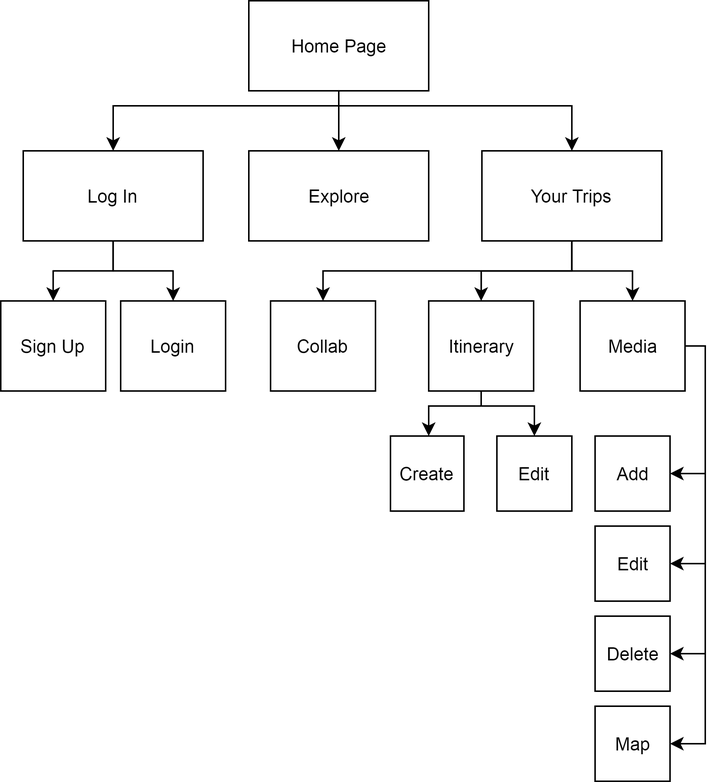
jesykaness/jesykaness.github.io keeps this draw.io diagram as images/twp/userflow_sitemap.png. Above is the earlier version. Source tidied: cells renumbered, new cells last; positions are measured from the earlier drawing's top-left corner, leaving out a move shared by most shapes. Its diagram source:
```xml
<mxGraphModel>
  <root>
    <mxCell id="0" />
    <mxCell id="1" parent="0" />
    <mxCell id="2" style="edgeStyle=orthogonalEdgeStyle;rounded=0;jettySize=auto;html=1;fillColor=none;" parent="1" edge="1" source="5" target="12">
      <mxGeometry relative="1" as="geometry" />
    </mxCell>
    <mxCell id="3" style="edgeStyle=orthogonalEdgeStyle;rounded=0;jettySize=auto;html=1;fillColor=none;" parent="1" edge="1" source="5" target="8">
      <mxGeometry relative="1" as="geometry">
        <Array as="points">
          <mxPoint x="226" y="70" />
          <mxPoint x="75" y="70" />
        </Array>
      </mxGeometry>
    </mxCell>
    <mxCell id="4" style="edgeStyle=orthogonalEdgeStyle;rounded=0;jettySize=auto;html=1;fillColor=none;" parent="1" edge="1" source="5" target="16">
      <mxGeometry relative="1" as="geometry">
        <Array as="points">
          <mxPoint x="226" y="70" />
          <mxPoint x="381" y="70" />
        </Array>
      </mxGeometry>
    </mxCell>
    <mxCell id="5" value="Home Page" style="rounded=0;whiteSpace=wrap;html=1;fillColor=none;" parent="1" vertex="1">
      <mxGeometry x="165.5" width="120" height="60" as="geometry" />
    </mxCell>
    <mxCell id="6" style="edgeStyle=orthogonalEdgeStyle;rounded=0;jettySize=auto;html=1;entryX=0.5;entryY=0;entryDx=0;entryDy=0;fillColor=none;" parent="1" edge="1" source="8" target="22">
      <mxGeometry relative="1" as="geometry" />
    </mxCell>
    <mxCell id="7" style="edgeStyle=orthogonalEdgeStyle;rounded=0;jettySize=auto;html=1;entryX=0.5;entryY=0;entryDx=0;entryDy=0;fillColor=none;" parent="1" edge="1" source="8" target="23">
      <mxGeometry relative="1" as="geometry" />
    </mxCell>
    <mxCell id="8" value="Log In" style="rounded=0;whiteSpace=wrap;html=1;fillColor=none;" parent="1" vertex="1">
      <mxGeometry x="15" y="100" width="120" height="60" as="geometry" />
    </mxCell>
    <mxCell id="9" style="edgeStyle=orthogonalEdgeStyle;rounded=0;jettySize=auto;html=1;fillColor=none;" parent="1" edge="1" source="11" target="24">
      <mxGeometry relative="1" as="geometry">
        <Array as="points">
          <mxPoint x="320.5" y="270" />
          <mxPoint x="285.5" y="270" />
        </Array>
      </mxGeometry>
    </mxCell>
    <mxCell id="10" style="edgeStyle=orthogonalEdgeStyle;rounded=0;jettySize=auto;html=1;entryX=0.5;entryY=0;entryDx=0;entryDy=0;fillColor=none;" parent="1" edge="1" source="11" target="25">
      <mxGeometry relative="1" as="geometry">
        <Array as="points">
          <mxPoint x="320.5" y="270" />
          <mxPoint x="355.5" y="270" />
          <mxPoint x="355.5" y="290" />
        </Array>
      </mxGeometry>
    </mxCell>
    <mxCell id="11" value="Itinerary" style="rounded=0;whiteSpace=wrap;html=1;fillColor=none;" parent="1" vertex="1">
      <mxGeometry x="285.5" y="200" width="70" height="60" as="geometry" />
    </mxCell>
    <mxCell id="12" value="Explore" style="rounded=0;whiteSpace=wrap;html=1;fillColor=none;" parent="1" vertex="1">
      <mxGeometry x="165.5" y="100" width="120" height="60" as="geometry" />
    </mxCell>
    <mxCell id="13" style="edgeStyle=orthogonalEdgeStyle;rounded=0;jettySize=auto;html=1;entryX=0.5;entryY=0;entryDx=0;entryDy=0;fillColor=none;" parent="1" edge="1" source="16" target="11">
      <mxGeometry relative="1" as="geometry">
        <Array as="points">
          <mxPoint x="381" y="180" />
          <mxPoint x="320" y="180" />
        </Array>
      </mxGeometry>
    </mxCell>
    <mxCell id="14" style="edgeStyle=orthogonalEdgeStyle;rounded=0;jettySize=auto;html=1;entryX=0.5;entryY=0;entryDx=0;entryDy=0;fillColor=none;" parent="1" edge="1" source="16" target="21">
      <mxGeometry relative="1" as="geometry" />
    </mxCell>
    <mxCell id="15" style="edgeStyle=orthogonalEdgeStyle;rounded=0;jettySize=auto;html=1;fillColor=none;" parent="1" edge="1" source="16" target="30">
      <mxGeometry relative="1" as="geometry">
        <Array as="points">
          <mxPoint x="381" y="180" />
          <mxPoint x="215" y="180" />
        </Array>
      </mxGeometry>
    </mxCell>
    <mxCell id="16" value="Your Trips" style="rounded=0;whiteSpace=wrap;html=1;fillColor=none;" parent="1" vertex="1">
      <mxGeometry x="321" y="100" width="120" height="60" as="geometry" />
    </mxCell>
    <mxCell id="17" style="edgeStyle=orthogonalEdgeStyle;rounded=0;jettySize=auto;html=1;entryX=1;entryY=0.5;entryDx=0;entryDy=0;exitX=1;exitY=0.5;exitDx=0;exitDy=0;fillColor=none;" parent="1" edge="1" source="21" target="28">
      <mxGeometry relative="1" as="geometry">
        <Array as="points">
          <mxPoint x="470" y="230" />
          <mxPoint x="470" y="315" />
        </Array>
      </mxGeometry>
    </mxCell>
    <mxCell id="18" style="edgeStyle=orthogonalEdgeStyle;rounded=0;jettySize=auto;html=1;entryX=1;entryY=0.5;entryDx=0;entryDy=0;exitX=1;exitY=0.5;exitDx=0;exitDy=0;fillColor=none;" parent="1" edge="1" source="21" target="27">
      <mxGeometry relative="1" as="geometry">
        <Array as="points">
          <mxPoint x="470" y="230" />
          <mxPoint x="470" y="375" />
        </Array>
      </mxGeometry>
    </mxCell>
    <mxCell id="19" style="edgeStyle=orthogonalEdgeStyle;rounded=0;jettySize=auto;html=1;entryX=1;entryY=0.5;entryDx=0;entryDy=0;fillColor=none;" parent="1" edge="1" source="21" target="26">
      <mxGeometry relative="1" as="geometry">
        <Array as="points">
          <mxPoint x="470" y="230" />
          <mxPoint x="470" y="435" />
        </Array>
      </mxGeometry>
    </mxCell>
    <mxCell id="20" style="edgeStyle=orthogonalEdgeStyle;rounded=0;jettySize=auto;html=1;entryX=1;entryY=0.5;entryDx=0;entryDy=0;fillColor=none;" parent="1" edge="1" source="21" target="29">
      <mxGeometry relative="1" as="geometry">
        <Array as="points">
          <mxPoint x="470" y="230" />
          <mxPoint x="470" y="495" />
        </Array>
      </mxGeometry>
    </mxCell>
    <mxCell id="21" value="Media" style="rounded=0;whiteSpace=wrap;html=1;fillColor=none;" parent="1" vertex="1">
      <mxGeometry x="386.5" y="200" width="70" height="60" as="geometry" />
    </mxCell>
    <mxCell id="22" value="Sign Up" style="rounded=0;whiteSpace=wrap;html=1;fillColor=none;" parent="1" vertex="1">
      <mxGeometry y="200" width="70" height="60" as="geometry" />
    </mxCell>
    <mxCell id="23" value="Login" style="rounded=0;whiteSpace=wrap;html=1;fillColor=none;" parent="1" vertex="1">
      <mxGeometry x="80" y="200" width="70" height="60" as="geometry" />
    </mxCell>
    <mxCell id="24" value="Create" style="rounded=0;whiteSpace=wrap;html=1;fillColor=none;" parent="1" vertex="1">
      <mxGeometry x="260" y="290" width="49" height="50" as="geometry" />
    </mxCell>
    <mxCell id="25" value="Edit" style="rounded=0;whiteSpace=wrap;html=1;fillColor=none;" parent="1" vertex="1">
      <mxGeometry x="331" y="290" width="50" height="50" as="geometry" />
    </mxCell>
    <mxCell id="26" value="Delete" style="rounded=0;whiteSpace=wrap;html=1;fillColor=none;" parent="1" vertex="1">
      <mxGeometry x="396.5" y="410" width="50" height="50" as="geometry" />
    </mxCell>
    <mxCell id="27" value="Edit" style="rounded=0;whiteSpace=wrap;html=1;fillColor=none;" parent="1" vertex="1">
      <mxGeometry x="396.5" y="350" width="50" height="50" as="geometry" />
    </mxCell>
    <mxCell id="28" value="Add" style="rounded=0;whiteSpace=wrap;html=1;fillColor=none;" parent="1" vertex="1">
      <mxGeometry x="396.5" y="290" width="50" height="50" as="geometry" />
    </mxCell>
    <mxCell id="29" value="Map" style="rounded=0;whiteSpace=wrap;html=1;fillColor=none;" parent="1" vertex="1">
      <mxGeometry x="396.5" y="470" width="50" height="50" as="geometry" />
    </mxCell>
    <mxCell id="30" value="Collab" style="rounded=0;whiteSpace=wrap;html=1;fillColor=none;" parent="1" vertex="1">
      <mxGeometry x="180" y="200" width="70" height="60" as="geometry" />
    </mxCell>
  </root>
</mxGraphModel>
```
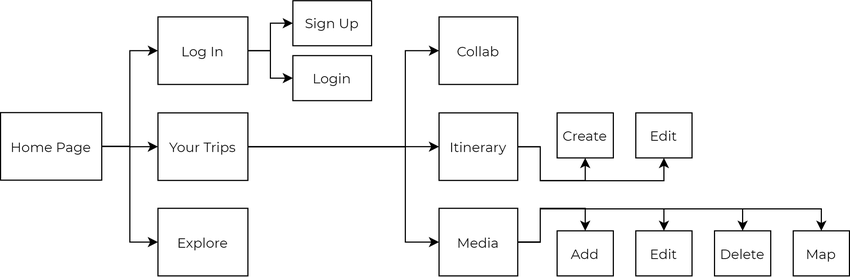
The same diagram one commit later.

Diff of the diagram source:
```diff
@@ -2,143 +2,126 @@
   <root>
     <mxCell id="0" />
     <mxCell id="1" parent="0" />
+    <mxCell id="4" style="edgeStyle=orthogonalEdgeStyle;rounded=0;jettySize=auto;html=1;entryX=0;entryY=0.5;entryDx=0;entryDy=0;fontFamily=Montserrat;" parent="1" edge="1" source="5" target="16">
+      <mxGeometry relative="1" as="geometry" />
+    </mxCell>
+    <mxCell id="3" style="edgeStyle=orthogonalEdgeStyle;rounded=0;jettySize=auto;html=1;entryX=0;entryY=0.5;entryDx=0;entryDy=0;fontFamily=Montserrat;" parent="1" edge="1" source="5" target="8">
+      <mxGeometry relative="1" as="geometry" />
+    </mxCell>
-    <mxCell id="2" style="edgeStyle=orthogonalEdgeStyle;rounded=0;jettySize=auto;html=1;fillColor=none;" parent="1" edge="1" source="5" target="12">
+    <mxCell id="2" style="edgeStyle=orthogonalEdgeStyle;rounded=0;jettySize=auto;html=1;entryX=0;entryY=0.5;entryDx=0;entryDy=0;fontFamily=Montserrat;" parent="1" edge="1" source="5" target="12">
       <mxGeometry relative="1" as="geometry" />
     </mxCell>
-    <mxCell id="3" style="edgeStyle=orthogonalEdgeStyle;rounded=0;jettySize=auto;html=1;fillColor=none;" parent="1" edge="1" source="5" target="8">
-      <mxGeometry relative="1" as="geometry">
-        <Array as="points">
-          <mxPoint x="226" y="70" />
-          <mxPoint x="75" y="70" />
-        </Array>
-      </mxGeometry>
-    </mxCell>
-    <mxCell id="4" style="edgeStyle=orthogonalEdgeStyle;rounded=0;jettySize=auto;html=1;fillColor=none;" parent="1" edge="1" source="5" target="16">
-      <mxGeometry relative="1" as="geometry">
-        <Array as="points">
-          <mxPoint x="226" y="70" />
-          <mxPoint x="381" y="70" />
-        </Array>
-      </mxGeometry>
-    </mxCell>
-    <mxCell id="5" value="Home Page" style="rounded=0;whiteSpace=wrap;html=1;fillColor=none;" parent="1" vertex="1">
-      <mxGeometry x="165.5" width="120" height="60" as="geometry" />
+    <mxCell id="5" value="Home Page" style="rounded=0;whiteSpace=wrap;html=1;fillColor=none;fontFamily=Montserrat;" parent="1" vertex="1">
+      <mxGeometry x="-25" y="102.5" width="90" height="60" as="geometry" />
     </mxCell>
-    <mxCell id="6" style="edgeStyle=orthogonalEdgeStyle;rounded=0;jettySize=auto;html=1;entryX=0.5;entryY=0;entryDx=0;entryDy=0;fillColor=none;" parent="1" edge="1" source="8" target="22">
+    <mxCell id="6" style="edgeStyle=orthogonalEdgeStyle;rounded=0;jettySize=auto;html=1;entryX=0;entryY=0.5;entryDx=0;entryDy=0;fontFamily=Montserrat;" parent="1" edge="1" source="8" target="22">
       <mxGeometry relative="1" as="geometry" />
     </mxCell>
-    <mxCell id="7" style="edgeStyle=orthogonalEdgeStyle;rounded=0;jettySize=auto;html=1;entryX=0.5;entryY=0;entryDx=0;entryDy=0;fillColor=none;" parent="1" edge="1" source="8" target="23">
+    <mxCell id="7" style="edgeStyle=orthogonalEdgeStyle;rounded=0;jettySize=auto;html=1;entryX=0;entryY=0.5;entryDx=0;entryDy=0;fontFamily=Montserrat;" parent="1" edge="1" source="8" target="23">
       <mxGeometry relative="1" as="geometry" />
     </mxCell>
-    <mxCell id="8" value="Log In" style="rounded=0;whiteSpace=wrap;html=1;fillColor=none;" parent="1" vertex="1">
-      <mxGeometry x="15" y="100" width="120" height="60" as="geometry" />
+    <mxCell id="8" value="Log In" style="rounded=0;whiteSpace=wrap;html=1;fillColor=none;fontFamily=Montserrat;" parent="1" vertex="1">
+      <mxGeometry x="115" y="17.5" width="80" height="60" as="geometry" />
     </mxCell>
-    <mxCell id="9" style="edgeStyle=orthogonalEdgeStyle;rounded=0;jettySize=auto;html=1;fillColor=none;" parent="1" edge="1" source="11" target="24">
-      <mxGeometry relative="1" as="geometry">
-        <Array as="points">
-          <mxPoint x="320.5" y="270" />
-          <mxPoint x="285.5" y="270" />
-        </Array>
-      </mxGeometry>
+    <mxCell id="9" style="edgeStyle=orthogonalEdgeStyle;rounded=0;jettySize=auto;html=1;entryX=0.5;entryY=1;entryDx=0;entryDy=0;fontFamily=Montserrat;" parent="1" edge="1" source="11" target="24">
+      <mxGeometry relative="1" as="geometry" />
     </mxCell>
-    <mxCell id="10" style="edgeStyle=orthogonalEdgeStyle;rounded=0;jettySize=auto;html=1;entryX=0.5;entryY=0;entryDx=0;entryDy=0;fillColor=none;" parent="1" edge="1" source="11" target="25">
+    <mxCell id="10" style="edgeStyle=orthogonalEdgeStyle;rounded=0;jettySize=auto;html=1;entryX=0.5;entryY=1;entryDx=0;entryDy=0;fontFamily=Montserrat;" parent="1" edge="1" source="11" target="25">
       <mxGeometry relative="1" as="geometry">
         <Array as="points">
-          <mxPoint x="320.5" y="270" />
-          <mxPoint x="355.5" y="270" />
-          <mxPoint x="355.5" y="290" />
+          <mxPoint x="455" y="133" />
+          <mxPoint x="455" y="163" />
+          <mxPoint x="565" y="163" />
         </Array>
       </mxGeometry>
     </mxCell>
-    <mxCell id="11" value="Itinerary" style="rounded=0;whiteSpace=wrap;html=1;fillColor=none;" parent="1" vertex="1">
-      <mxGeometry x="285.5" y="200" width="70" height="60" as="geometry" />
+    <mxCell id="11" value="Itinerary" style="rounded=0;whiteSpace=wrap;html=1;fillColor=none;fontFamily=Montserrat;" parent="1" vertex="1">
+      <mxGeometry x="365" y="102.8" width="70" height="60" as="geometry" />
     </mxCell>
-    <mxCell id="12" value="Explore" style="rounded=0;whiteSpace=wrap;html=1;fillColor=none;" parent="1" vertex="1">
-      <mxGeometry x="165.5" y="100" width="120" height="60" as="geometry" />
+    <mxCell id="12" value="Explore" style="rounded=0;whiteSpace=wrap;html=1;fillColor=none;fontFamily=Montserrat;" parent="1" vertex="1">
+      <mxGeometry x="115" y="187.5" width="80" height="60" as="geometry" />
     </mxCell>
-    <mxCell id="13" style="edgeStyle=orthogonalEdgeStyle;rounded=0;jettySize=auto;html=1;entryX=0.5;entryY=0;entryDx=0;entryDy=0;fillColor=none;" parent="1" edge="1" source="16" target="11">
-      <mxGeometry relative="1" as="geometry">
-        <Array as="points">
-          <mxPoint x="381" y="180" />
-          <mxPoint x="320" y="180" />
-        </Array>
-      </mxGeometry>
+    <mxCell id="13" style="edgeStyle=orthogonalEdgeStyle;rounded=0;jettySize=auto;html=1;entryX=0;entryY=0.5;entryDx=0;entryDy=0;fontFamily=Montserrat;" parent="1" edge="1" source="16" target="11">
+      <mxGeometry relative="1" as="geometry" />
     </mxCell>
+    <mxCell id="15" style="edgeStyle=orthogonalEdgeStyle;rounded=0;jettySize=auto;html=1;entryX=0;entryY=0.5;entryDx=0;entryDy=0;fontFamily=Montserrat;" parent="1" edge="1" source="16" target="30">
+      <mxGeometry relative="1" as="geometry">
+        <Array as="points">
+          <mxPoint x="335" y="133" />
+          <mxPoint x="335" y="48" />
+        </Array>
+      </mxGeometry>
+    </mxCell>
-    <mxCell id="14" style="edgeStyle=orthogonalEdgeStyle;rounded=0;jettySize=auto;html=1;entryX=0.5;entryY=0;entryDx=0;entryDy=0;fillColor=none;" parent="1" edge="1" source="16" target="21">
-      <mxGeometry relative="1" as="geometry" />
+    <mxCell id="14" style="edgeStyle=orthogonalEdgeStyle;rounded=0;jettySize=auto;html=1;entryX=0;entryY=0.5;entryDx=0;entryDy=0;fontFamily=Montserrat;" parent="1" edge="1" source="16" target="21">
+      <mxGeometry relative="1" as="geometry">
+        <Array as="points">
+          <mxPoint x="335" y="133" />
+          <mxPoint x="335" y="218" />
+        </Array>
+      </mxGeometry>
     </mxCell>
-    <mxCell id="15" style="edgeStyle=orthogonalEdgeStyle;rounded=0;jettySize=auto;html=1;fillColor=none;" parent="1" edge="1" source="16" target="30">
-      <mxGeometry relative="1" as="geometry">
-        <Array as="points">
-          <mxPoint x="381" y="180" />
-          <mxPoint x="215" y="180" />
-        </Array>
-      </mxGeometry>
-    </mxCell>
-    <mxCell id="16" value="Your Trips" style="rounded=0;whiteSpace=wrap;html=1;fillColor=none;" parent="1" vertex="1">
-      <mxGeometry x="321" y="100" width="120" height="60" as="geometry" />
+    <mxCell id="16" value="Your Trips" style="rounded=0;whiteSpace=wrap;html=1;fillColor=none;fontFamily=Montserrat;" parent="1" vertex="1">
+      <mxGeometry x="115" y="102.8" width="80" height="60" as="geometry" />
     </mxCell>
-    <mxCell id="17" style="edgeStyle=orthogonalEdgeStyle;rounded=0;jettySize=auto;html=1;entryX=1;entryY=0.5;entryDx=0;entryDy=0;exitX=1;exitY=0.5;exitDx=0;exitDy=0;fillColor=none;" parent="1" edge="1" source="21" target="28">
-      <mxGeometry relative="1" as="geometry">
-        <Array as="points">
-          <mxPoint x="470" y="230" />
-          <mxPoint x="470" y="315" />
-        </Array>
-      </mxGeometry>
+    <mxCell id="17" style="edgeStyle=orthogonalEdgeStyle;rounded=0;jettySize=auto;html=1;entryX=0.5;entryY=0;entryDx=0;entryDy=0;fontFamily=Montserrat;" parent="1" edge="1" source="21" target="28">
+      <mxGeometry relative="1" as="geometry" />
     </mxCell>
-    <mxCell id="18" style="edgeStyle=orthogonalEdgeStyle;rounded=0;jettySize=auto;html=1;entryX=1;entryY=0.5;entryDx=0;entryDy=0;exitX=1;exitY=0.5;exitDx=0;exitDy=0;fillColor=none;" parent="1" edge="1" source="21" target="27">
+    <mxCell id="18" style="edgeStyle=orthogonalEdgeStyle;rounded=0;jettySize=auto;html=1;entryX=0.5;entryY=0;entryDx=0;entryDy=0;fontFamily=Montserrat;" parent="1" edge="1" source="21" target="27">
       <mxGeometry relative="1" as="geometry">
         <Array as="points">
-          <mxPoint x="470" y="230" />
-          <mxPoint x="470" y="375" />
+          <mxPoint x="455" y="218" />
+          <mxPoint x="455" y="188" />
+          <mxPoint x="565" y="188" />
         </Array>
       </mxGeometry>
     </mxCell>
-    <mxCell id="19" style="edgeStyle=orthogonalEdgeStyle;rounded=0;jettySize=auto;html=1;entryX=1;entryY=0.5;entryDx=0;entryDy=0;fillColor=none;" parent="1" edge="1" source="21" target="26">
+    <mxCell id="19" style="edgeStyle=orthogonalEdgeStyle;rounded=0;jettySize=auto;html=1;entryX=0.5;entryY=0;entryDx=0;entryDy=0;fontFamily=Montserrat;" parent="1" edge="1" source="21" target="26">
       <mxGeometry relative="1" as="geometry">
         <Array as="points">
-          <mxPoint x="470" y="230" />
-          <mxPoint x="470" y="435" />
+          <mxPoint x="455" y="218" />
+          <mxPoint x="455" y="188" />
+          <mxPoint x="635" y="188" />
         </Array>
       </mxGeometry>
     </mxCell>
-    <mxCell id="20" style="edgeStyle=orthogonalEdgeStyle;rounded=0;jettySize=auto;html=1;entryX=1;entryY=0.5;entryDx=0;entryDy=0;fillColor=none;" parent="1" edge="1" source="21" target="29">
+    <mxCell id="20" style="edgeStyle=orthogonalEdgeStyle;rounded=0;jettySize=auto;html=1;entryX=0.5;entryY=0;entryDx=0;entryDy=0;fontFamily=Montserrat;" parent="1" edge="1" source="21" target="29">
       <mxGeometry relative="1" as="geometry">
         <Array as="points">
-          <mxPoint x="470" y="230" />
-          <mxPoint x="470" y="495" />
+          <mxPoint x="455" y="218" />
+          <mxPoint x="455" y="188" />
+          <mxPoint x="705" y="188" />
         </Array>
       </mxGeometry>
     </mxCell>
-    <mxCell id="21" value="Media" style="rounded=0;whiteSpace=wrap;html=1;fillColor=none;" parent="1" vertex="1">
-      <mxGeometry x="386.5" y="200" width="70" height="60" as="geometry" />
+    <mxCell id="21" value="Media" style="rounded=0;whiteSpace=wrap;html=1;fillColor=none;fontFamily=Montserrat;" parent="1" vertex="1">
+      <mxGeometry x="365" y="187.5" width="70" height="60" as="geometry" />
     </mxCell>
-    <mxCell id="22" value="Sign Up" style="rounded=0;whiteSpace=wrap;html=1;fillColor=none;" parent="1" vertex="1">
-      <mxGeometry y="200" width="70" height="60" as="geometry" />
+    <mxCell id="22" value="Sign Up" style="rounded=0;whiteSpace=wrap;html=1;fillColor=none;fontFamily=Montserrat;" parent="1" vertex="1">
+      <mxGeometry x="235" y="3.1" width="70" height="40" as="geometry" />
     </mxCell>
-    <mxCell id="23" value="Login" style="rounded=0;whiteSpace=wrap;html=1;fillColor=none;" parent="1" vertex="1">
-      <mxGeometry x="80" y="200" width="70" height="60" as="geometry" />
+    <mxCell id="23" value="Login" style="rounded=0;whiteSpace=wrap;html=1;fillColor=none;fontFamily=Montserrat;" parent="1" vertex="1">
+      <mxGeometry x="235" y="51.9" width="70" height="40" as="geometry" />
     </mxCell>
-    <mxCell id="24" value="Create" style="rounded=0;whiteSpace=wrap;html=1;fillColor=none;" parent="1" vertex="1">
-      <mxGeometry x="260" y="290" width="49" height="50" as="geometry" />
+    <mxCell id="24" value="Create" style="rounded=0;whiteSpace=wrap;html=1;fillColor=none;fontFamily=Montserrat;" parent="1" vertex="1">
+      <mxGeometry x="470" y="102.8" width="50" height="40" as="geometry" />
     </mxCell>
-    <mxCell id="25" value="Edit" style="rounded=0;whiteSpace=wrap;html=1;fillColor=none;" parent="1" vertex="1">
-      <mxGeometry x="331" y="290" width="50" height="50" as="geometry" />
+    <mxCell id="25" value="Edit" style="rounded=0;whiteSpace=wrap;html=1;fillColor=none;fontFamily=Montserrat;" parent="1" vertex="1">
+      <mxGeometry x="540" y="102.8" width="50" height="40" as="geometry" />
     </mxCell>
-    <mxCell id="26" value="Delete" style="rounded=0;whiteSpace=wrap;html=1;fillColor=none;" parent="1" vertex="1">
-      <mxGeometry x="396.5" y="410" width="50" height="50" as="geometry" />
+    <mxCell id="26" value="Delete" style="rounded=0;whiteSpace=wrap;html=1;fillColor=none;fontFamily=Montserrat;" parent="1" vertex="1">
+      <mxGeometry x="610" y="207.5" width="50" height="40" as="geometry" />
     </mxCell>
-    <mxCell id="27" value="Edit" style="rounded=0;whiteSpace=wrap;html=1;fillColor=none;" parent="1" vertex="1">
-      <mxGeometry x="396.5" y="350" width="50" height="50" as="geometry" />
+    <mxCell id="27" value="Edit" style="rounded=0;whiteSpace=wrap;html=1;fillColor=none;fontFamily=Montserrat;" parent="1" vertex="1">
+      <mxGeometry x="540" y="207.5" width="50" height="40" as="geometry" />
     </mxCell>
-    <mxCell id="28" value="Add" style="rounded=0;whiteSpace=wrap;html=1;fillColor=none;" parent="1" vertex="1">
-      <mxGeometry x="396.5" y="290" width="50" height="50" as="geometry" />
+    <mxCell id="28" value="Add" style="rounded=0;whiteSpace=wrap;html=1;fillColor=none;fontFamily=Montserrat;" parent="1" vertex="1">
+      <mxGeometry x="470" y="207.5" width="50" height="40" as="geometry" />
     </mxCell>
-    <mxCell id="29" value="Map" style="rounded=0;whiteSpace=wrap;html=1;fillColor=none;" parent="1" vertex="1">
-      <mxGeometry x="396.5" y="470" width="50" height="50" as="geometry" />
+    <mxCell id="29" value="Map" style="rounded=0;whiteSpace=wrap;html=1;fillColor=none;fontFamily=Montserrat;" parent="1" vertex="1">
+      <mxGeometry x="680" y="207.5" width="50" height="40" as="geometry" />
     </mxCell>
-    <mxCell id="30" value="Collab" style="rounded=0;whiteSpace=wrap;html=1;fillColor=none;" parent="1" vertex="1">
-      <mxGeometry x="180" y="200" width="70" height="60" as="geometry" />
+    <mxCell id="30" value="Collab" style="rounded=0;whiteSpace=wrap;html=1;fillColor=none;fontFamily=Montserrat;" parent="1" vertex="1">
+      <mxGeometry x="365" y="17.5" width="70" height="60" as="geometry" />
     </mxCell>
   </root>
 </mxGraphModel>
```
